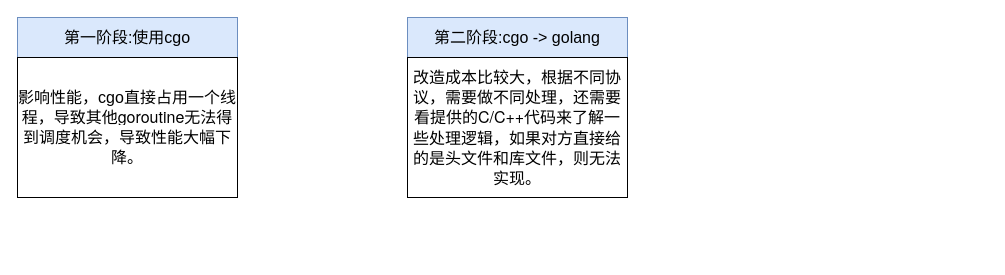
This is cgo问题_20190902.drawio from SaturnRings/draw, a draw.io file, before an edit. Source tidied: cells renumbered, new cells numbered last; positions are measured from the earlier drawing's top-left corner, leaving out a move shared by most shapes. Both pictures are drawn from the tidied source at 100%, with x=0, y=0 at pixel (17, 17).
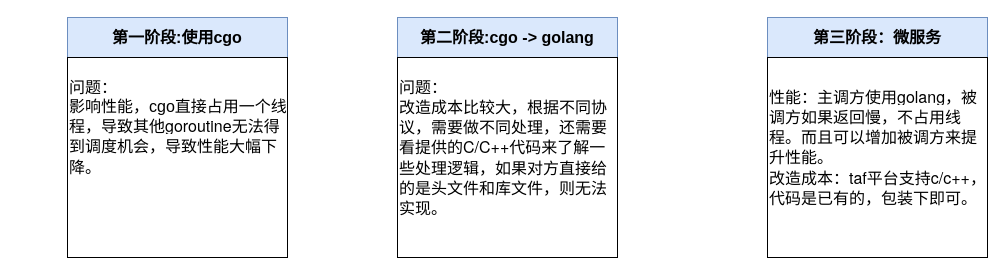
Above is the later version.

Diff of the diagram source:
```diff
@@
 <mxGraphModel>
   <root>
     <mxCell id="0" />
     <mxCell id="1" parent="0" />
-    <mxCell id="2" value="第一阶段:使用cgo" style="rounded=0;whiteSpace=wrap;html=1;fillColor=#dae8fc;strokeColor=#6c8ebf;fontSize=16;" parent="1" vertex="1">
-      <mxGeometry width="220" height="40" as="geometry" />
+    <mxCell id="2" value="第一阶段:使用cgo" style="rounded=0;whiteSpace=wrap;html=1;fillColor=#dae8fc;strokeColor=#6c8ebf;fontSize=16;fontStyle=1;" parent="1" vertex="1">
+      <mxGeometry x="50" width="220" height="40" as="geometry" />
     </mxCell>
-    <mxCell id="3" value="影响性能，cgo直接占用一个线程，导致其他&lt;span style=&quot;font-family: &amp;#34;helvetica neue&amp;#34; , &amp;#34;luxi sans&amp;#34; , &amp;#34;dejavu sans&amp;#34; , &amp;#34;tahoma&amp;#34; , &amp;#34;hiragino sans gb&amp;#34; , &amp;#34;microsoft yahei&amp;#34; , sans-serif ; font-size: 16px ; text-align: left ; background-color: rgb(255 , 255 , 255)&quot;&gt;goroutine无法得到调度机会，导致性能大幅下降。&lt;br style=&quot;font-size: 16px&quot;&gt;&lt;/span&gt;" style="rounded=0;whiteSpace=wrap;html=1;fontSize=16;" parent="1" vertex="1">
-      <mxGeometry y="40" width="220" height="140" as="geometry" />
+    <mxCell id="3" value="问题：&lt;br&gt;影响性能，cgo直接占用一个线程，导致其他&lt;span style=&quot;font-family: &amp;#34;helvetica neue&amp;#34; , &amp;#34;luxi sans&amp;#34; , &amp;#34;dejavu sans&amp;#34; , &amp;#34;tahoma&amp;#34; , &amp;#34;hiragino sans gb&amp;#34; , &amp;#34;microsoft yahei&amp;#34; , sans-serif ; font-size: 16px ; background-color: rgb(255 , 255 , 255)&quot;&gt;goroutine无法得到调度机会，导致性能大幅下降。&lt;br&gt;&lt;br&gt;&lt;br&gt;&lt;br style=&quot;font-size: 16px&quot;&gt;&lt;/span&gt;" style="rounded=0;whiteSpace=wrap;html=1;fontSize=16;align=left;" parent="1" vertex="1">
+      <mxGeometry x="50" y="40" width="220" height="200" as="geometry" />
     </mxCell>
-    <mxCell id="4" value="第二阶段:cgo -&amp;gt; golang" style="rounded=0;whiteSpace=wrap;html=1;fillColor=#dae8fc;strokeColor=#6c8ebf;fontSize=16;" parent="1" vertex="1">
-      <mxGeometry x="390" width="220" height="40" as="geometry" />
+    <mxCell id="4" value="第二阶段:cgo -&amp;gt; golang" style="rounded=0;whiteSpace=wrap;html=1;fillColor=#dae8fc;strokeColor=#6c8ebf;fontSize=16;fontStyle=1;" parent="1" vertex="1">
+      <mxGeometry x="380" width="220" height="40" as="geometry" />
     </mxCell>
-    <mxCell id="5" value="&lt;span style=&quot;font-family: &amp;#34;helvetica neue&amp;#34; , &amp;#34;luxi sans&amp;#34; , &amp;#34;dejavu sans&amp;#34; , &amp;#34;tahoma&amp;#34; , &amp;#34;hiragino sans gb&amp;#34; , &amp;#34;microsoft yahei&amp;#34; , sans-serif ; font-size: 16px ; text-align: left ; background-color: rgb(255 , 255 , 255)&quot;&gt;改造成本比较大，根据不同协议，需要做不同处理，还需要看提供的C/C++代码来了解一些处理逻辑，如果对方直接给的是头文件和库文件，则无法实现。&lt;br style=&quot;font-size: 16px&quot;&gt;&lt;/span&gt;" style="rounded=0;whiteSpace=wrap;html=1;fontSize=16;" parent="1" vertex="1">
-      <mxGeometry x="390" y="40" width="220" height="140" as="geometry" />
+    <mxCell id="5" value="&lt;span style=&quot;font-family: &amp;#34;helvetica neue&amp;#34; , &amp;#34;luxi sans&amp;#34; , &amp;#34;dejavu sans&amp;#34; , &amp;#34;tahoma&amp;#34; , &amp;#34;hiragino sans gb&amp;#34; , &amp;#34;microsoft yahei&amp;#34; , sans-serif ; font-size: 16px ; background-color: rgb(255 , 255 , 255)&quot;&gt;问题：&lt;br&gt;改造成本比较大，根据不同协议，需要做不同处理，还需要看提供的C/C++代码来了解一些处理逻辑，如果对方直接给的是头文件和库文件，则无法实现。&lt;br&gt;&lt;br style=&quot;font-size: 16px&quot;&gt;&lt;/span&gt;" style="rounded=0;whiteSpace=wrap;html=1;fontSize=16;align=left;" parent="1" vertex="1">
+      <mxGeometry x="380" y="40" width="220" height="200" as="geometry" />
     </mxCell>
+    <mxCell id="6" value="第三阶段：微服务" style="rounded=0;whiteSpace=wrap;html=1;fillColor=#dae8fc;strokeColor=#6c8ebf;fontSize=16;fontStyle=1;" parent="1" vertex="1">
+      <mxGeometry x="750" width="220" height="40" as="geometry" />
+    </mxCell>
+    <mxCell id="7" value="&lt;span style=&quot;font-family: &amp;#34;helvetica neue&amp;#34; , &amp;#34;luxi sans&amp;#34; , &amp;#34;dejavu sans&amp;#34; , &amp;#34;tahoma&amp;#34; , &amp;#34;hiragino sans gb&amp;#34; , &amp;#34;microsoft yahei&amp;#34; , sans-serif ; font-size: 16px ; background-color: rgb(255 , 255 , 255)&quot;&gt;性能：主调方使用golang，被调方如果返回慢，不占用线程。而且可以增加被调方来提升性能。&lt;br&gt;改造成本：taf平台支持c/c++，代码是已有的，包装下即可。&lt;br&gt;&lt;br style=&quot;font-size: 16px&quot;&gt;&lt;/span&gt;" style="rounded=0;whiteSpace=wrap;html=1;fontSize=16;align=left;" parent="1" vertex="1">
+      <mxGeometry x="750" y="40" width="220" height="200" as="geometry" />
+    </mxCell>
   </root>
 </mxGraphModel>
```
